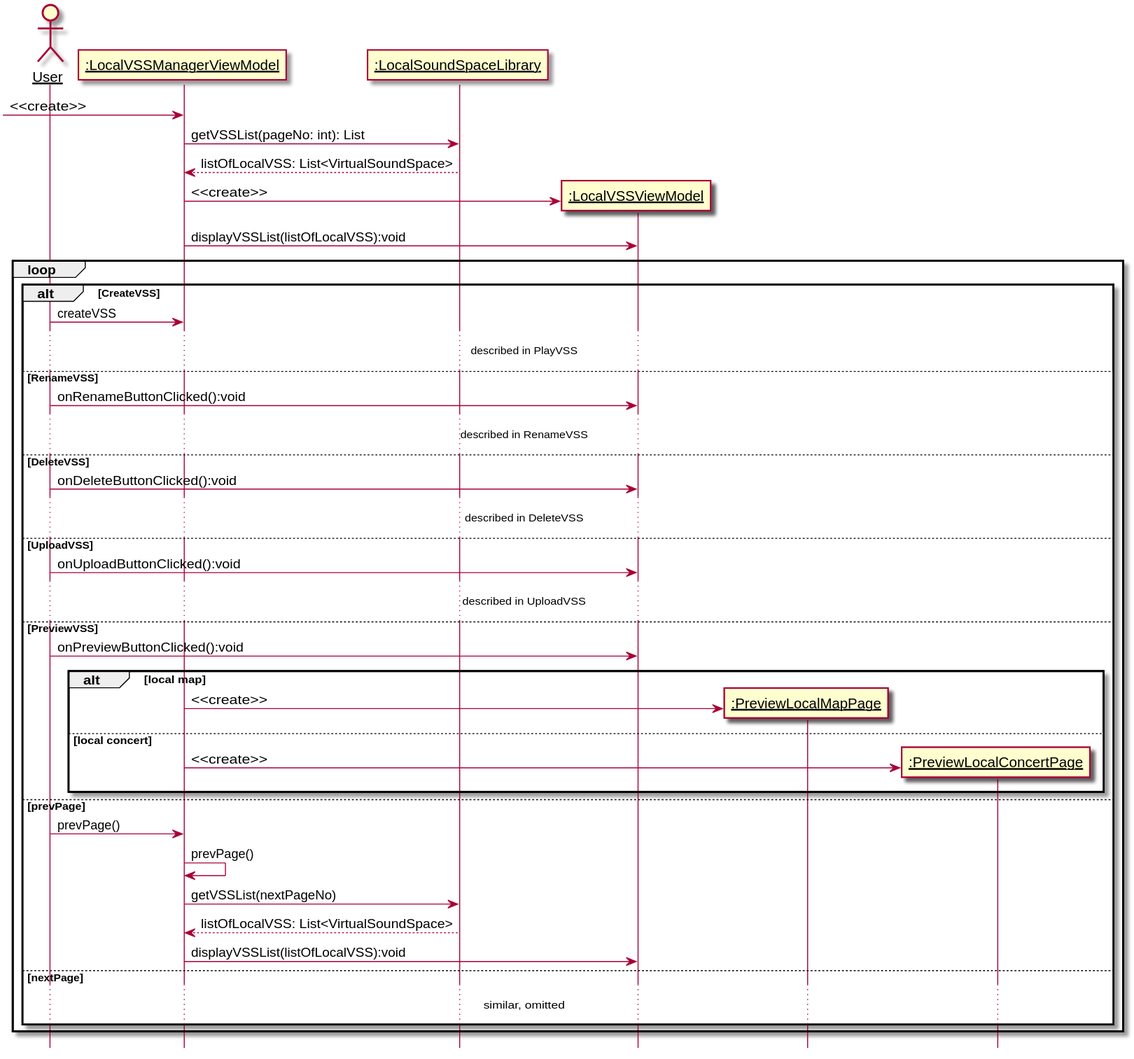
This is 设计/Diagrams/ManageLocalVSSLibrary.svg from kpp19920121/doc, a PlantUML export, as it was before one commit.
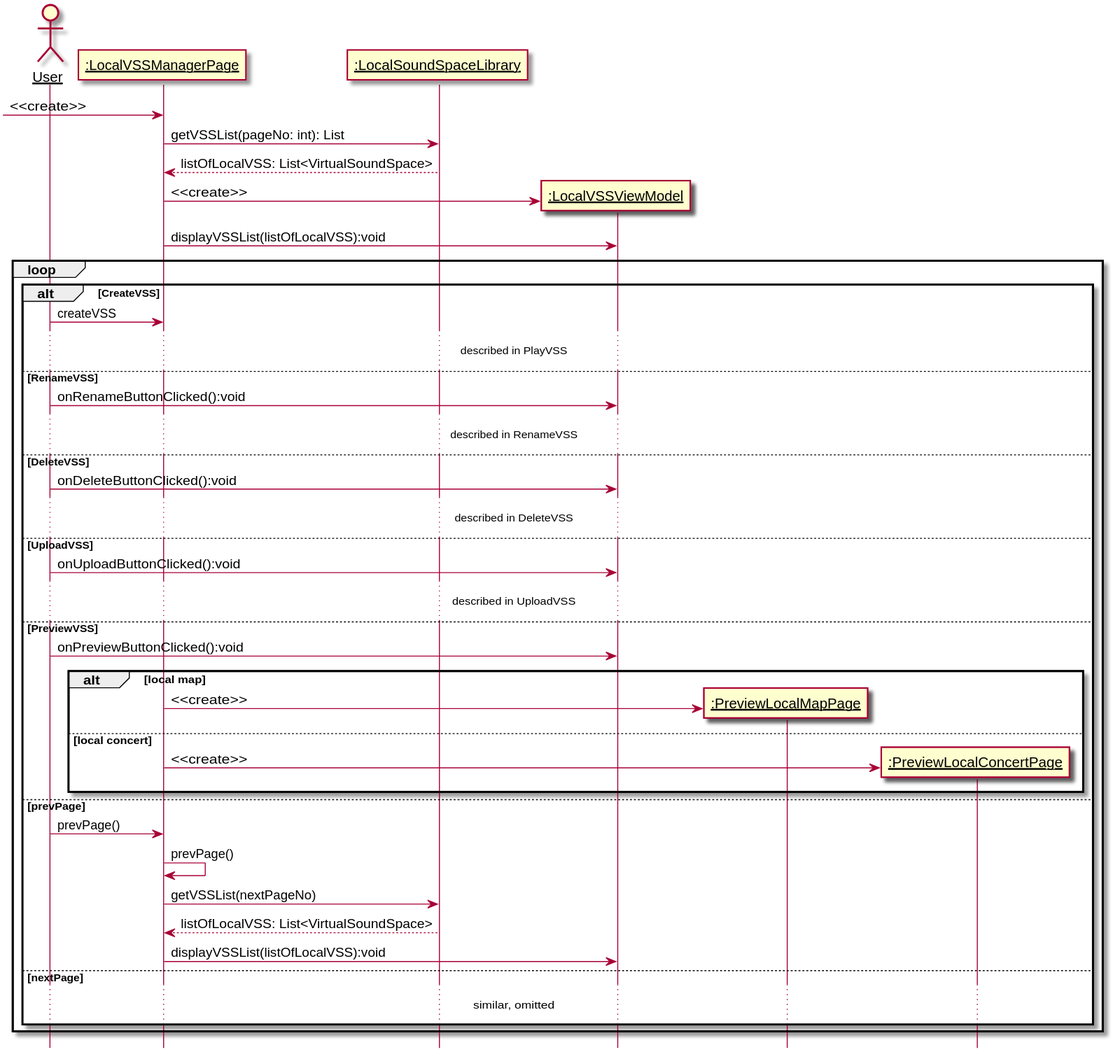
After the change.

What changed in the source:
```diff
@@ -3,7 +3,7 @@
 skinparam sequenceParticipant underline
 
 actor User as user
-participant ":LocalVSSManagerViewModel" as boundary
+participant ":LocalVSSManagerPage" as boundary
 participant ":LocalSoundSpaceLibrary" as library
 
 create boundary
```
